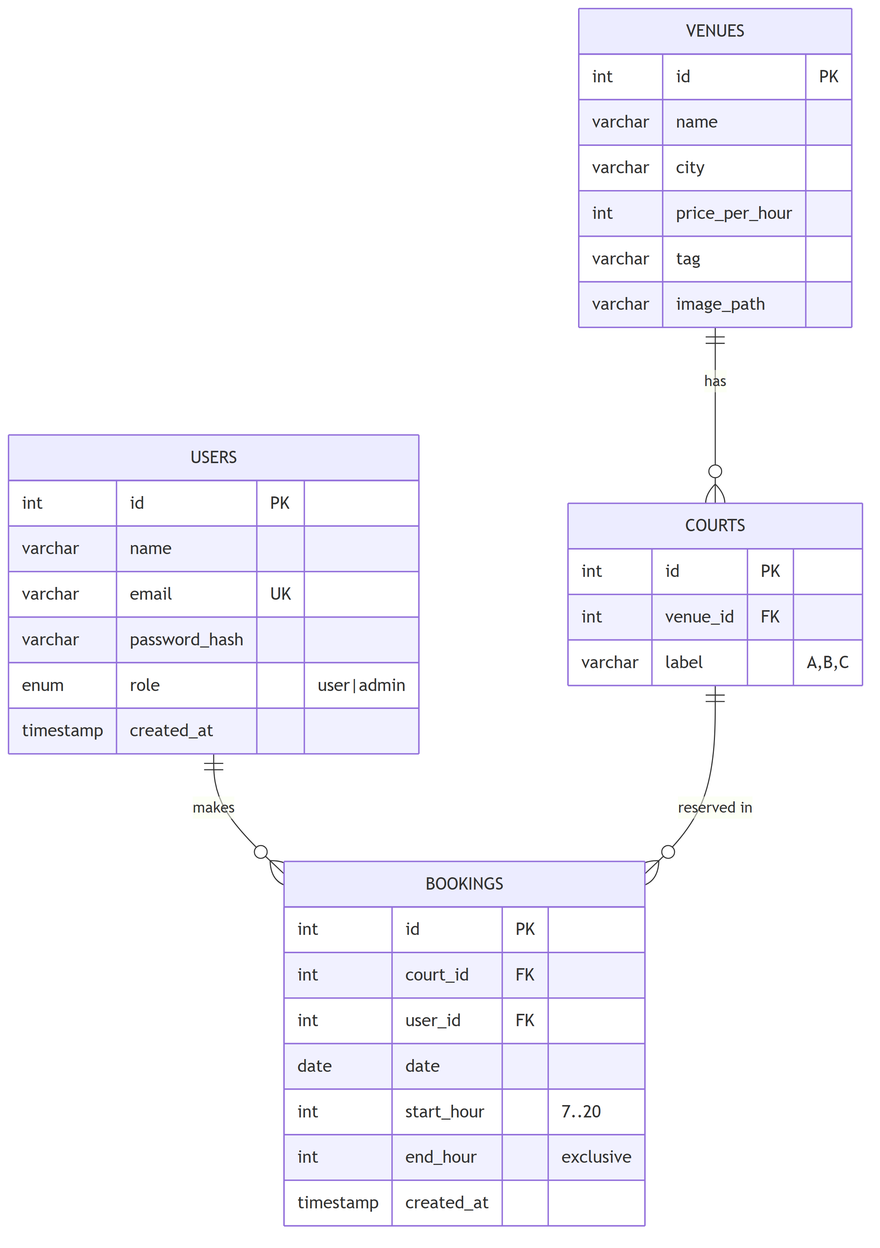
Earlier version of the Mermaid export docs/erd.png (eycoo/padelkuy-web). Its source is kept beside it as docs/erd.mmd.
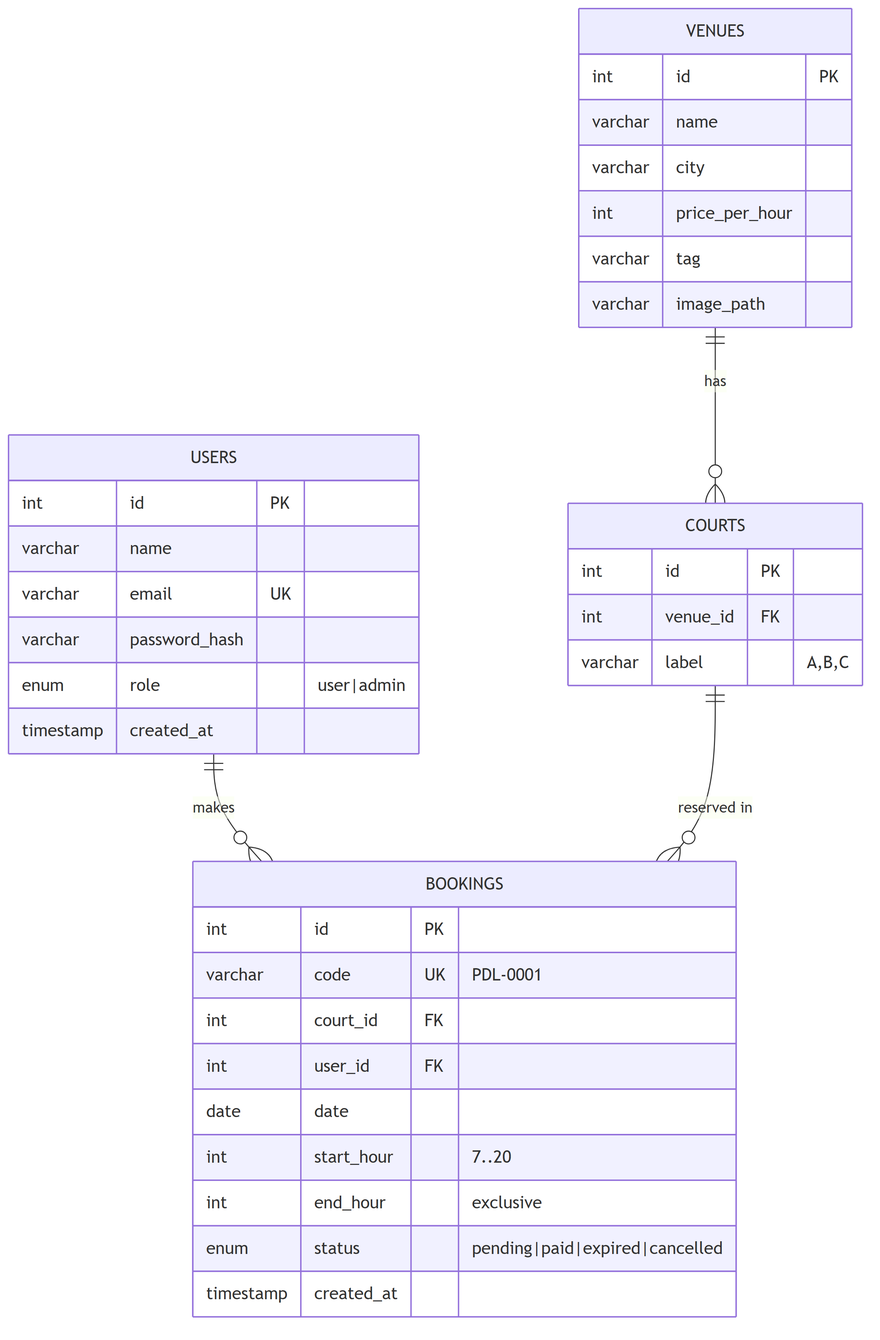
The same file after the commit.

Commit message:
feat: add booking lifecycle status, code, and soft-cancel

The edit, as a diff of the source:
```diff
@@ -29,10 +29,12 @@
 
     BOOKINGS {
         int id PK
+        varchar code UK "PDL-0001"
         int court_id FK
         int user_id FK
         date date
         int start_hour "7..20"
         int end_hour "exclusive"
+        enum status "pending|paid|expired|cancelled"
         timestamp created_at
     }
```
